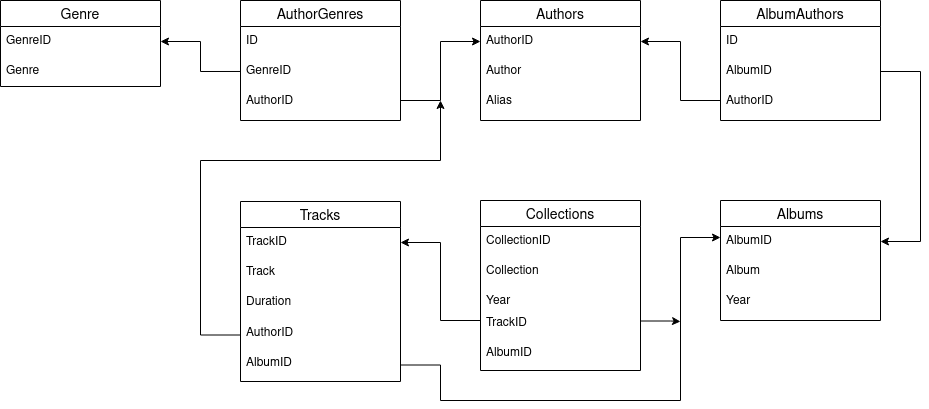
The draw.io diagram SQLPy-13/task_3/db_relations_v2.png in sealmog/Py-44, before a commit. Source tidied: cells renumbered, new cells last; positions are measured from the earlier drawing's top-left corner, leaving out a move shared by most shapes.
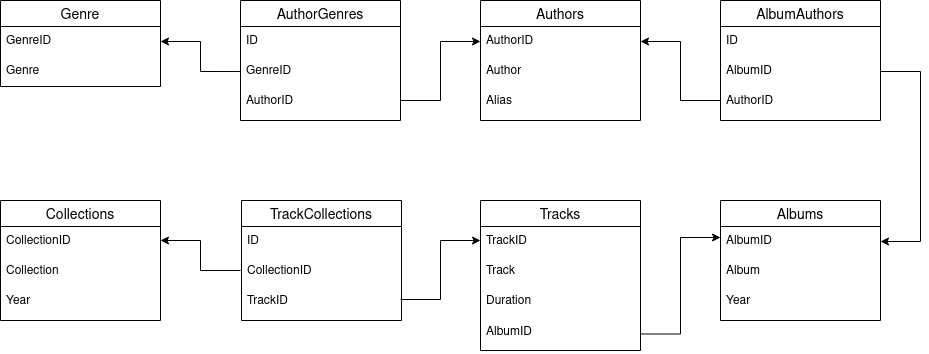
Above is the later version.

Commit message:
SQL Task_3 Optimize relations

Diff of the diagram source:
```diff
@@ -36,7 +36,7 @@
       </mxGeometry>
     </mxCell>
     <mxCell id="11" value="Tracks" style="swimlane;fontStyle=0;horizontal=1;startSize=26;align=center;fontSize=14;" parent="1" vertex="1">
-      <mxGeometry x="240" y="201" width="160" height="180" as="geometry" />
+      <mxGeometry x="480" y="200" width="160" height="150" as="geometry" />
     </mxCell>
     <mxCell id="12" value="TrackID" style="text;strokeColor=none;fillColor=none;spacingLeft=4;spacingRight=4;overflow=hidden;points=[[0,0.5],[1,0.5]];portConstraint=eastwest;fontSize=12;" parent="11" vertex="1">
       <mxGeometry y="26" width="160" height="30" as="geometry" />
@@ -45,34 +45,19 @@
       <mxGeometry y="56" width="160" height="30" as="geometry" />
     </mxCell>
     <mxCell id="14" value="Duration" style="text;strokeColor=none;fillColor=none;spacingLeft=4;spacingRight=4;overflow=hidden;fontSize=12;" parent="11" vertex="1">
-      <mxGeometry y="86" width="160" height="94" as="geometry" />
+      <mxGeometry y="86" width="160" height="64" as="geometry" />
     </mxCell>
     <mxCell id="15" style="edgeStyle=orthogonalEdgeStyle;rounded=0;jettySize=auto;html=1;entryX=0;entryY=0.5;entryDx=0;entryDy=0;exitX=1;exitY=0.5;exitDx=0;exitDy=0;" parent="1" edge="1" source="18">
       <mxGeometry relative="1" as="geometry">
         <mxPoint x="720" y="237" as="targetPoint" />
         <Array as="points">
-          <mxPoint x="440" y="365" />
-          <mxPoint x="440" y="400" />
-          <mxPoint x="680" y="400" />
+          <mxPoint x="680" y="334" />
           <mxPoint x="680" y="237" />
         </Array>
       </mxGeometry>
     </mxCell>
-    <mxCell id="16" value="AuthorID" style="text;strokeColor=none;fillColor=none;spacingLeft=4;spacingRight=4;overflow=hidden;points=[[0,0.5],[1,0.5]];portConstraint=eastwest;fontSize=12;" parent="1" vertex="1">
-      <mxGeometry x="240" y="318" width="160" height="33" as="geometry" />
-    </mxCell>
-    <mxCell id="17" style="edgeStyle=orthogonalEdgeStyle;rounded=0;jettySize=auto;html=1;exitX=0;exitY=0.5;exitDx=0;exitDy=0;" parent="1" edge="1" source="16">
-      <mxGeometry relative="1" as="geometry">
-        <mxPoint x="440" y="100" as="targetPoint" />
-        <Array as="points">
-          <mxPoint x="200" y="335" />
-          <mxPoint x="200" y="160" />
-          <mxPoint x="440" y="160" />
-        </Array>
-      </mxGeometry>
-    </mxCell>
     <mxCell id="18" value="AlbumID" style="text;strokeColor=none;fillColor=none;spacingLeft=4;spacingRight=4;overflow=hidden;points=[[0,0.5],[1,0.5]];portConstraint=eastwest;fontSize=12;" parent="1" vertex="1">
-      <mxGeometry x="240" y="348" width="160" height="33" as="geometry" />
+      <mxGeometry x="480" y="317" width="160" height="33" as="geometry" />
     </mxCell>
     <mxCell id="19" value="Genre" style="swimlane;fontStyle=0;horizontal=1;startSize=26;align=center;fontSize=14;" parent="1" vertex="1">
       <mxGeometry width="160" height="86" as="geometry" />
@@ -127,7 +112,7 @@
       </mxGeometry>
     </mxCell>
     <mxCell id="33" value="Collections" style="swimlane;fontStyle=0;horizontal=1;startSize=26;align=center;fontSize=14;" parent="1" vertex="1">
-      <mxGeometry x="480" y="200" width="160" height="170" as="geometry" />
+      <mxGeometry y="200" width="160" height="120" as="geometry" />
     </mxCell>
     <mxCell id="34" value="CollectionID" style="text;strokeColor=none;fillColor=none;spacingLeft=4;spacingRight=4;overflow=hidden;fontSize=12;" parent="33" vertex="1">
       <mxGeometry y="26" width="160" height="30" as="geometry" />
@@ -136,32 +121,39 @@
       <mxGeometry y="56" width="160" height="30" as="geometry" />
     </mxCell>
     <mxCell id="36" value="Year" style="text;strokeColor=none;fillColor=none;spacingLeft=4;spacingRight=4;overflow=hidden;fontSize=12;" parent="33" vertex="1">
-      <mxGeometry y="86" width="160" height="84" as="geometry" />
+      <mxGeometry y="86" width="160" height="34" as="geometry" />
     </mxCell>
-    <mxCell id="37" value="AlbumID" style="text;strokeColor=none;fillColor=none;spacingLeft=4;spacingRight=4;overflow=hidden;fontSize=12;" parent="1" vertex="1">
-      <mxGeometry x="480" y="338" width="160" height="32" as="geometry" />
-    </mxCell>
+    <mxCell id="41" value="TrackCollections" style="swimlane;fontStyle=0;horizontal=1;startSize=26;align=center;fontSize=14;" parent="1" vertex="1">
+      <mxGeometry x="241" y="200" width="160" height="120" as="geometry" />
+    </mxCell>
+    <mxCell id="42" value="ID" style="text;strokeColor=none;fillColor=none;spacingLeft=4;spacingRight=4;overflow=hidden;fontSize=12;" parent="41" vertex="1">
+      <mxGeometry y="26" width="160" height="30" as="geometry" />
+    </mxCell>
+    <mxCell id="43" value="CollectionID" style="text;strokeColor=none;fillColor=none;spacingLeft=4;spacingRight=4;overflow=hidden;fontSize=12;" parent="41" vertex="1">
+      <mxGeometry y="56" width="160" height="64" as="geometry" />
+    </mxCell>
     <mxCell id="38" value="TrackID" style="text;strokeColor=none;fillColor=none;spacingLeft=4;spacingRight=4;overflow=hidden;fontSize=12;" parent="1" vertex="1">
-      <mxGeometry x="480" y="308" width="160" height="60" as="geometry" />
+      <mxGeometry x="241" y="286" width="160" height="28" as="geometry" />
     </mxCell>
-    <mxCell id="39" style="edgeStyle=orthogonalEdgeStyle;rounded=0;jettySize=auto;html=1;entryX=1;entryY=0.5;entryDx=0;entryDy=0;" parent="1" edge="1" target="12">
-      <mxGeometry relative="1" as="geometry">
-        <mxPoint x="480" y="320" as="sourcePoint" />
-        <Array as="points">
-          <mxPoint x="440" y="320" />
-          <mxPoint x="440" y="242" />
-        </Array>
-      </mxGeometry>
-    </mxCell>
-    <mxCell id="40" style="edgeStyle=orthogonalEdgeStyle;rounded=0;orthogonalLoop=1;jettySize=auto;html=1;exitX=1;exitY=0.5;exitDx=0;exitDy=0;" parent="1" edge="1">
-      <mxGeometry relative="1" as="geometry">
-        <mxPoint x="640" y="320.5" as="sourcePoint" />
-        <mxPoint x="680" y="321" as="targetPoint" />
-        <Array as="points">
-          <mxPoint x="670" y="321" />
-          <mxPoint x="670" y="321" />
-        </Array>
-      </mxGeometry>
-    </mxCell>
+    <mxCell id="44" style="edgeStyle=orthogonalEdgeStyle;rounded=0;orthogonalLoop=1;jettySize=auto;html=1;exitX=0;exitY=0.234;exitDx=0;exitDy=0;entryX=1;entryY=0.5;entryDx=0;entryDy=0;exitPerimeter=0;" parent="1" edge="1">
+      <mxGeometry relative="1" as="geometry">
+        <mxPoint x="240" y="270" as="sourcePoint" />
+        <mxPoint x="160" y="240" as="targetPoint" />
+        <Array as="points">
+          <mxPoint x="200" y="270" />
+          <mxPoint x="200" y="240" />
+        </Array>
+      </mxGeometry>
+    </mxCell>
+    <mxCell id="45" style="edgeStyle=orthogonalEdgeStyle;rounded=0;orthogonalLoop=1;jettySize=auto;html=1;exitX=1;exitY=0.5;exitDx=0;exitDy=0;entryX=0;entryY=0.5;entryDx=0;entryDy=0;" parent="1" edge="1">
+      <mxGeometry relative="1" as="geometry">
+        <mxPoint x="400" y="299" as="sourcePoint" />
+        <mxPoint x="480" y="240" as="targetPoint" />
+        <Array as="points">
+          <mxPoint x="440" y="299" />
+          <mxPoint x="440" y="240" />
+        </Array>
+      </mxGeometry>
+    </mxCell>
   </root>
 </mxGraphModel>
```
